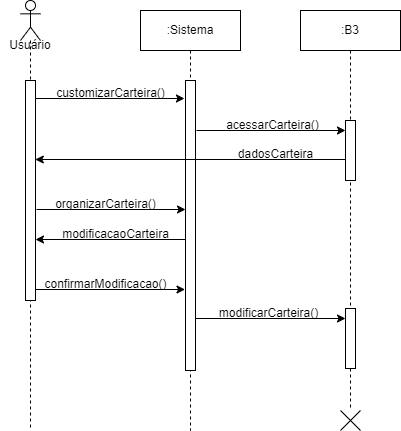
Before: diagrama_sequencia_organizar_carteira.png, a diagram exported from draw.io (ThePlano/Projeto-CC5511---ENGENHARIA-DE-SOFTWARE). Source tidied: cells renumbered, new cells last; positions are measured from the earlier drawing's top-left corner, leaving out a move shared by most shapes. Its diagram source:
```xml
<mxGraphModel>
  <root>
    <mxCell id="0" />
    <mxCell id="1" parent="0" />
    <mxCell id="2" style="shape=umlLifeline;perimeter=lifelinePerimeter;whiteSpace=wrap;html=1;newEdgeStyle={&quot;curved&quot;:0,&quot;rounded&quot;:0};participant=umlActor;" parent="1" vertex="1">
      <mxGeometry x="20" width="20" height="430" as="geometry" />
    </mxCell>
    <mxCell id="3" style="html=1;perimeter=orthogonalPerimeter;targetShapes=umlLifeline;newEdgeStyle={&quot;curved&quot;:0,&quot;rounded&quot;:0};" parent="2" vertex="1">
      <mxGeometry x="5" y="80" width="10" height="220" as="geometry" />
    </mxCell>
    <mxCell id="4" value=":Sistema" style="shape=umlLifeline;perimeter=lifelinePerimeter;whiteSpace=wrap;html=1;newEdgeStyle={&quot;curved&quot;:0,&quot;rounded&quot;:0};" parent="1" vertex="1">
      <mxGeometry x="140" y="10" width="100" height="420" as="geometry" />
    </mxCell>
    <mxCell id="5" style="html=1;perimeter=orthogonalPerimeter;targetShapes=umlLifeline;newEdgeStyle={&quot;curved&quot;:0,&quot;rounded&quot;:0};" parent="4" vertex="1">
      <mxGeometry x="45" y="70" width="10" height="290" as="geometry" />
    </mxCell>
    <mxCell id="6" value=":B3" style="shape=umlLifeline;perimeter=lifelinePerimeter;whiteSpace=wrap;html=1;newEdgeStyle={&quot;curved&quot;:0,&quot;rounded&quot;:0};" parent="1" vertex="1">
      <mxGeometry x="300" y="10" width="100" height="400" as="geometry" />
    </mxCell>
    <mxCell id="7" style="html=1;perimeter=orthogonalPerimeter;targetShapes=umlLifeline;newEdgeStyle={&quot;curved&quot;:0,&quot;rounded&quot;:0};" parent="6" vertex="1">
      <mxGeometry x="45" y="110" width="10" height="60" as="geometry" />
    </mxCell>
    <mxCell id="8" style="endArrow=classic;html=1;rounded=0;" parent="6" edge="1">
      <mxGeometry relative="1" as="geometry">
        <mxPoint x="45" y="149" as="sourcePoint" />
        <mxPoint x="-265.2" y="149" as="targetPoint" />
      </mxGeometry>
    </mxCell>
    <mxCell id="9" value="dadosCarteira" style="text;html=1;align=center;verticalAlign=middle;strokeColor=none;fillColor=none;" parent="6" vertex="1">
      <mxGeometry x="-75" y="129" width="100" height="30" as="geometry" />
    </mxCell>
    <mxCell id="10" value="Usuário" style="text;html=1;align=center;verticalAlign=middle;whiteSpace=wrap;rounded=0;" parent="1" vertex="1">
      <mxGeometry y="30" width="60" height="30" as="geometry" />
    </mxCell>
    <mxCell id="11" style="endArrow=classic;html=1;rounded=0;exitX=1.103;exitY=0.128;exitDx=0;exitDy=0;exitPerimeter=0;" parent="1" edge="1">
      <mxGeometry relative="1" as="geometry">
        <mxPoint x="35" y="98" as="sourcePoint" />
        <mxPoint x="184" y="98" as="targetPoint" />
      </mxGeometry>
    </mxCell>
    <mxCell id="12" value="customizarCarteira()" style="text;html=1;align=center;verticalAlign=middle;strokeColor=none;fillColor=none;" parent="1" vertex="1">
      <mxGeometry x="45" y="78" width="130" height="30" as="geometry" />
    </mxCell>
    <mxCell id="13" style="endArrow=classic;html=1;rounded=0;exitX=1.103;exitY=0.128;exitDx=0;exitDy=0;exitPerimeter=0;" parent="1" edge="1">
      <mxGeometry relative="1" as="geometry">
        <mxPoint x="36" y="209" as="sourcePoint" />
        <mxPoint x="185" y="209" as="targetPoint" />
      </mxGeometry>
    </mxCell>
    <mxCell id="14" value="organizarCarteira()" style="text;html=1;align=center;verticalAlign=middle;strokeColor=none;fillColor=none;" parent="1" vertex="1">
      <mxGeometry x="45" y="189" width="120" height="30" as="geometry" />
    </mxCell>
    <mxCell id="15" style="shape=umlDestroy;whiteSpace=wrap;html=1;strokeWidth=1;targetShapes=umlLifeline;" parent="1" vertex="1">
      <mxGeometry x="340" y="410" width="20" height="20" as="geometry" />
    </mxCell>
    <mxCell id="16" style="endArrow=classic;html=1;rounded=0;" parent="1" edge="1">
      <mxGeometry relative="1" as="geometry">
        <mxPoint x="185" y="239" as="sourcePoint" />
        <mxPoint x="35" y="239" as="targetPoint" />
      </mxGeometry>
    </mxCell>
    <mxCell id="17" value="modificacaoCarteira" style="text;html=1;align=center;verticalAlign=middle;strokeColor=none;fillColor=none;" parent="1" vertex="1">
      <mxGeometry x="50" y="219" width="130" height="30" as="geometry" />
    </mxCell>
    <mxCell id="18" style="endArrow=classic;html=1;rounded=0;exitX=1.103;exitY=0.128;exitDx=0;exitDy=0;exitPerimeter=0;" parent="1" edge="1">
      <mxGeometry relative="1" as="geometry">
        <mxPoint x="35.5" y="289" as="sourcePoint" />
        <mxPoint x="184.5" y="289" as="targetPoint" />
      </mxGeometry>
    </mxCell>
    <mxCell id="19" value="confirmarModificacao()" style="text;html=1;align=center;verticalAlign=middle;strokeColor=none;fillColor=none;" parent="1" vertex="1">
      <mxGeometry x="29.5" y="269" width="150" height="30" as="geometry" />
    </mxCell>
    <mxCell id="20" value="acessarCarteira()" style="text;html=1;align=center;verticalAlign=middle;strokeColor=none;fillColor=none;" parent="1" vertex="1">
      <mxGeometry x="212" y="110" width="120" height="30" as="geometry" />
    </mxCell>
    <mxCell id="21" style="endArrow=classic;html=1;rounded=0;exitX=1.103;exitY=0.128;exitDx=0;exitDy=0;exitPerimeter=0;" parent="1" edge="1">
      <mxGeometry relative="1" as="geometry">
        <mxPoint x="196" y="130" as="sourcePoint" />
        <mxPoint x="345" y="130" as="targetPoint" />
      </mxGeometry>
    </mxCell>
    <mxCell id="22" style="html=1;perimeter=orthogonalPerimeter;targetShapes=umlLifeline;newEdgeStyle={&quot;curved&quot;:0,&quot;rounded&quot;:0};" parent="1" vertex="1">
      <mxGeometry x="345" y="308" width="10" height="60" as="geometry" />
    </mxCell>
    <mxCell id="23" style="endArrow=classic;html=1;rounded=0;" parent="1" edge="1">
      <mxGeometry relative="1" as="geometry">
        <mxPoint x="195" y="318" as="sourcePoint" />
        <mxPoint x="345" y="318" as="targetPoint" />
      </mxGeometry>
    </mxCell>
    <mxCell id="24" value="modificarCarteira()" style="text;html=1;align=center;verticalAlign=middle;strokeColor=none;fillColor=none;" parent="1" vertex="1">
      <mxGeometry x="208" y="298" width="120" height="30" as="geometry" />
    </mxCell>
  </root>
</mxGraphModel>
```
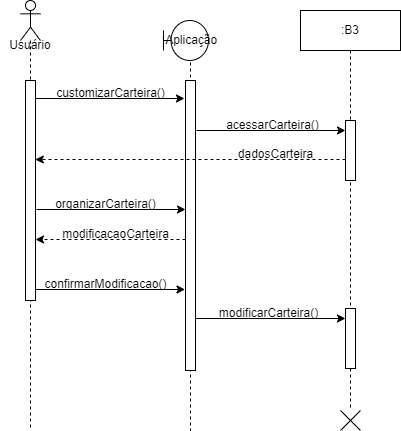
The same diagram one commit later.

Change to the diagram source:
```diff
@@ -20,7 +20,7 @@
     <mxCell id="7" style="html=1;perimeter=orthogonalPerimeter;targetShapes=umlLifeline;newEdgeStyle={&quot;curved&quot;:0,&quot;rounded&quot;:0};" parent="6" vertex="1">
       <mxGeometry x="45" y="110" width="10" height="60" as="geometry" />
     </mxCell>
-    <mxCell id="8" style="endArrow=classic;html=1;rounded=0;" parent="6" edge="1">
+    <mxCell id="8" style="endArrow=classic;html=1;rounded=0;dashed=1;" parent="6" edge="1">
       <mxGeometry relative="1" as="geometry">
         <mxPoint x="45" y="149" as="sourcePoint" />
         <mxPoint x="-265.2" y="149" as="targetPoint" />
@@ -53,13 +53,13 @@
     <mxCell id="15" style="shape=umlDestroy;whiteSpace=wrap;html=1;strokeWidth=1;targetShapes=umlLifeline;" parent="1" vertex="1">
       <mxGeometry x="340" y="410" width="20" height="20" as="geometry" />
     </mxCell>
-    <mxCell id="16" style="endArrow=classic;html=1;rounded=0;" parent="1" edge="1">
+    <mxCell id="16" style="endArrow=classic;html=1;rounded=0;dashed=1;" parent="1" edge="1">
       <mxGeometry relative="1" as="geometry">
         <mxPoint x="185" y="239" as="sourcePoint" />
         <mxPoint x="35" y="239" as="targetPoint" />
       </mxGeometry>
     </mxCell>
-    <mxCell id="17" value="modificacaoCarteira" style="text;html=1;align=center;verticalAlign=middle;strokeColor=none;fillColor=none;" parent="1" vertex="1">
+    <mxCell id="17" value="modificacaoCarteira" style="text;html=1;align=center;verticalAlign=middle;strokeColor=none;fillColor=none;dashed=1;" parent="1" vertex="1">
       <mxGeometry x="50" y="219" width="130" height="30" as="geometry" />
     </mxCell>
     <mxCell id="18" style="endArrow=classic;html=1;rounded=0;exitX=1.103;exitY=0.128;exitDx=0;exitDy=0;exitPerimeter=0;" parent="1" edge="1">
@@ -92,5 +92,11 @@
     <mxCell id="24" value="modificarCarteira()" style="text;html=1;align=center;verticalAlign=middle;strokeColor=none;fillColor=none;" parent="1" vertex="1">
       <mxGeometry x="208" y="298" width="120" height="30" as="geometry" />
     </mxCell>
+    <mxCell id="25" style="rounded=0;whiteSpace=wrap;html=1;strokeColor=none;" parent="1" vertex="1">
+      <mxGeometry x="130" width="120" height="60" as="geometry" />
+    </mxCell>
+    <mxCell id="26" value=":Aplicação" style="shape=umlBoundary;whiteSpace=wrap;html=1;" parent="1" vertex="1">
+      <mxGeometry x="163" y="20" width="45" height="40" as="geometry" />
+    </mxCell>
   </root>
 </mxGraphModel>
```
